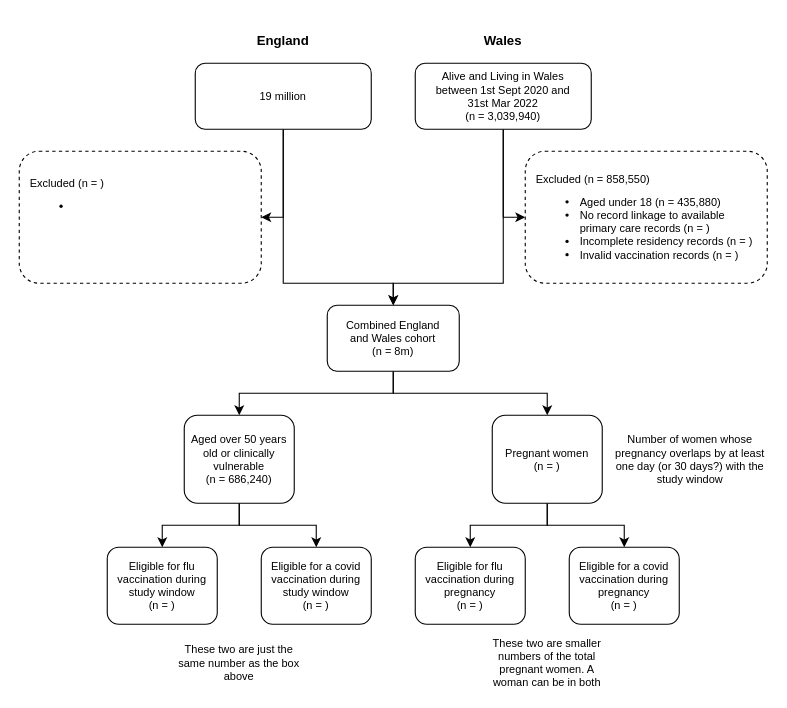
Earlier version of the draw.io diagram main/figure_cohort_inclusion_flowchart.drawio (stubedston/dacvap-c19-flu-vaccine-disparity). Source tidied: cells renumbered, new cells numbered last; positions are measured from the earlier drawing's top-left corner, leaving out a move shared by most shapes. Both pictures are drawn from the tidied source at 110%, with x=0, y=0 at pixel (19, 19).
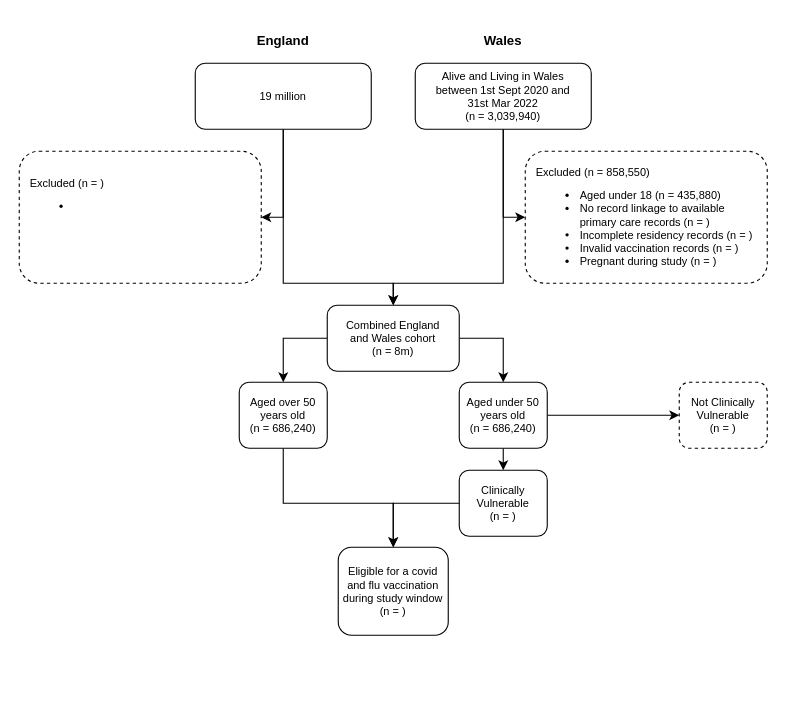
The same diagram, later.

The change refers to these unchanged cells:
```xml
<mxCell id="8" value="&lt;font style=&quot;font-size: 10px&quot;&gt;&lt;font style=&quot;font-size: 10px&quot;&gt;Combined England&lt;br&gt;and Wales cohort&lt;br style=&quot;font-size: 10px&quot;&gt;&lt;font style=&quot;font-size: 10px&quot;&gt;&lt;span style=&quot;font-size: 10px&quot;&gt;(n = 8m)&lt;/span&gt;&lt;/font&gt;&lt;/font&gt;&lt;br style=&quot;font-size: 10px&quot;&gt;&lt;/font&gt;" style="rounded=1;whiteSpace=wrap;html=1;fontSize=10;glass=0;strokeWidth=1;shadow=0;" parent="1" vertex="1">
  <mxGeometry x="280" y="260" width="120" height="60" as="geometry" />
</mxCell>
```

The edit, as a diff of the source:
```diff
@@
-    <mxCell id="5" value="&lt;p style=&quot;line-height: 100%&quot;&gt;&lt;span style=&quot;font-size: 10px&quot;&gt;Excluded (&lt;span style=&quot;font-size: 10px&quot;&gt;&lt;font style=&quot;font-size: 10px&quot;&gt;&lt;span style=&quot;font-size: 10px&quot;&gt;n = 858,550)&lt;/span&gt;&lt;/font&gt;&lt;/span&gt;&lt;/span&gt;&lt;br style=&quot;font-size: 10px&quot;&gt;&lt;/p&gt;&lt;ul style=&quot;font-size: 10px&quot;&gt;&lt;li style=&quot;font-size: 10px&quot;&gt;&lt;font style=&quot;font-size: 10px&quot;&gt;&lt;span style=&quot;font-size: 10px&quot;&gt;Aged under 18 (n = 435,880)&lt;/span&gt;&lt;/font&gt;&lt;/li&gt;&lt;li style=&quot;font-size: 10px&quot;&gt;&lt;font style=&quot;font-size: 10px&quot;&gt;&lt;span style=&quot;font-size: 10px&quot;&gt;No record linkage to available primary care records (n = )&lt;/span&gt;&lt;/font&gt;&lt;/li&gt;&lt;li style=&quot;font-size: 10px&quot;&gt;Incomplete residency records (n = )&lt;/li&gt;&lt;li style=&quot;font-size: 10px&quot;&gt;&lt;font style=&quot;font-size: 10px&quot;&gt;&lt;span style=&quot;font-size: 10px ; line-height: 100%&quot;&gt;Invalid vaccination records (n = )&lt;/span&gt;&lt;/font&gt;&lt;/li&gt;&lt;/ul&gt;&lt;p&gt;&lt;/p&gt;" style="rounded=1;whiteSpace=wrap;html=1;fontSize=10;glass=0;strokeWidth=1;shadow=0;align=left;fontStyle=0;spacing=10;verticalAlign=middle;dashed=1;" parent="1" vertex="1">
+    <mxCell id="5" value="&lt;p style=&quot;line-height: 100%&quot;&gt;&lt;span style=&quot;font-size: 10px&quot;&gt;Excluded (&lt;span style=&quot;font-size: 10px&quot;&gt;&lt;font style=&quot;font-size: 10px&quot;&gt;&lt;span style=&quot;font-size: 10px&quot;&gt;n = 858,550)&lt;/span&gt;&lt;/font&gt;&lt;/span&gt;&lt;/span&gt;&lt;br style=&quot;font-size: 10px&quot;&gt;&lt;/p&gt;&lt;ul style=&quot;font-size: 10px&quot;&gt;&lt;li style=&quot;font-size: 10px&quot;&gt;&lt;font style=&quot;font-size: 10px&quot;&gt;&lt;span style=&quot;font-size: 10px&quot;&gt;Aged under 18 (n = 435,880)&lt;/span&gt;&lt;/font&gt;&lt;/li&gt;&lt;li style=&quot;font-size: 10px&quot;&gt;&lt;font style=&quot;font-size: 10px&quot;&gt;&lt;span style=&quot;font-size: 10px&quot;&gt;No record linkage to available primary care records (n = )&lt;/span&gt;&lt;/font&gt;&lt;/li&gt;&lt;li style=&quot;font-size: 10px&quot;&gt;Incomplete residency records (n = )&lt;/li&gt;&lt;li style=&quot;font-size: 10px&quot;&gt;&lt;font style=&quot;font-size: 10px&quot;&gt;&lt;span style=&quot;font-size: 10px ; line-height: 100%&quot;&gt;Invalid vaccination records (n = )&lt;/span&gt;&lt;/font&gt;&lt;/li&gt;&lt;li style=&quot;font-size: 10px&quot;&gt;Pregnant during study (n = )&lt;/li&gt;&lt;/ul&gt;&lt;p&gt;&lt;/p&gt;" style="rounded=1;whiteSpace=wrap;html=1;fontSize=10;glass=0;strokeWidth=1;shadow=0;align=left;fontStyle=0;spacing=10;verticalAlign=middle;dashed=1;" parent="1" vertex="1">
       <mxGeometry x="460" y="120" width="220" height="120" as="geometry" />
     </mxCell>
-    <mxCell id="6" style="edgeStyle=orthogonalEdgeStyle;rounded=0;jettySize=auto;html=1;entryX=0.5;entryY=0;entryDx=0;entryDy=0;fontSize=10;" parent="1" edge="1" source="8" target="17">
-      <mxGeometry relative="1" as="geometry">
-        <Array as="points">
-          <mxPoint x="340" y="340" />
-          <mxPoint x="200" y="340" />
-        </Array>
-      </mxGeometry>
+    <mxCell id="6" style="edgeStyle=orthogonalEdgeStyle;rounded=0;jettySize=auto;html=1;exitX=0;exitY=0.5;exitDx=0;exitDy=0;entryX=0.5;entryY=0;entryDx=0;entryDy=0;" parent="1" edge="1" source="8" target="17">
+      <mxGeometry relative="1" as="geometry" />
     </mxCell>
-    <mxCell id="7" style="edgeStyle=orthogonalEdgeStyle;rounded=0;jettySize=auto;html=1;entryX=0.5;entryY=0;entryDx=0;entryDy=0;fontSize=10;" parent="1" edge="1" source="8" target="20">
-      <mxGeometry relative="1" as="geometry">
-        <Array as="points">
-          <mxPoint x="340" y="340" />
-          <mxPoint x="480" y="340" />
-        </Array>
-      </mxGeometry>
-    </mxCell>
+    <mxCell id="28" style="edgeStyle=orthogonalEdgeStyle;rounded=0;jettySize=auto;html=1;exitX=1;exitY=0.5;exitDx=0;exitDy=0;entryX=0.5;entryY=0;entryDx=0;entryDy=0;" parent="1" edge="1" source="8" target="31">
+      <mxGeometry relative="1" as="geometry">
+        <Array as="points">
+          <mxPoint x="440" y="290" />
+          <mxPoint x="440" y="320" />
+        </Array>
+      </mxGeometry>
+    </mxCell>
@@
-    <mxCell id="15" style="edgeStyle=orthogonalEdgeStyle;rounded=0;jettySize=auto;html=1;entryX=0.5;entryY=0;entryDx=0;entryDy=0;fontSize=10;" parent="1" edge="1" source="17" target="23">
-      <mxGeometry relative="1" as="geometry" />
-    </mxCell>
-    <mxCell id="16" style="edgeStyle=orthogonalEdgeStyle;rounded=0;jettySize=auto;html=1;entryX=0.5;entryY=0;entryDx=0;entryDy=0;fontSize=10;" parent="1" edge="1" source="17" target="24">
-      <mxGeometry relative="1" as="geometry" />
+    <mxCell id="16" style="edgeStyle=orthogonalEdgeStyle;rounded=0;jettySize=auto;html=1;exitX=0.5;exitY=1;exitDx=0;exitDy=0;entryX=0.5;entryY=0;entryDx=0;entryDy=0;" parent="1" edge="1" source="17" target="24">
+      <mxGeometry relative="1" as="geometry">
+        <Array as="points">
+          <mxPoint x="240" y="440" />
+          <mxPoint x="340" y="440" />
+        </Array>
+      </mxGeometry>
     </mxCell>
-    <mxCell id="17" value="Aged over 50 years&lt;br&gt;old or clinically vulnerable&lt;br style=&quot;font-size: 10px&quot;&gt;&lt;span style=&quot;font-size: 10px&quot;&gt;(n = 686,240)&lt;/span&gt;" style="rounded=1;whiteSpace=wrap;html=1;fontStyle=0;fontSize=10;" parent="1" vertex="1">
-      <mxGeometry x="150" y="360" width="100" height="80" as="geometry" />
+    <mxCell id="17" value="Aged over 50 years old&lt;br&gt;&lt;span style=&quot;font-size: 10px&quot;&gt;(n = 686,240)&lt;/span&gt;" style="rounded=1;whiteSpace=wrap;html=1;fontStyle=0;fontSize=10;" parent="1" vertex="1">
+      <mxGeometry x="200" y="330" width="80" height="60" as="geometry" />
     </mxCell>
-    <mxCell id="18" style="edgeStyle=orthogonalEdgeStyle;rounded=0;jettySize=auto;html=1;fontSize=10;" parent="1" edge="1" source="20" target="21">
-      <mxGeometry relative="1" as="geometry" />
-    </mxCell>
-    <mxCell id="19" style="edgeStyle=orthogonalEdgeStyle;rounded=0;jettySize=auto;html=1;fontSize=10;" parent="1" edge="1" source="20" target="22">
-      <mxGeometry relative="1" as="geometry" />
-    </mxCell>
-    <mxCell id="20" value="Pregnant women&lt;br style=&quot;font-size: 10px&quot;&gt;&lt;span style=&quot;font-size: 10px&quot;&gt;(n = )&lt;/span&gt;" style="rounded=1;whiteSpace=wrap;html=1;fontSize=10;fontStyle=0;" parent="1" vertex="1">
-      <mxGeometry x="430" y="360" width="100" height="80" as="geometry" />
-    </mxCell>
-    <mxCell id="21" value="Eligible for flu vaccination during pregnancy&lt;br style=&quot;font-size: 10px;&quot;&gt;(n = )" style="rounded=1;whiteSpace=wrap;html=1;fontSize=10;" parent="1" vertex="1">
-      <mxGeometry x="360" y="480" width="100" height="70" as="geometry" />
-    </mxCell>
-    <mxCell id="22" value="Eligible for a covid vaccination during pregnancy&lt;br style=&quot;font-size: 10px;&quot;&gt;(n = )" style="rounded=1;whiteSpace=wrap;html=1;fontSize=10;" parent="1" vertex="1">
-      <mxGeometry x="500" y="480" width="100" height="70" as="geometry" />
-    </mxCell>
-    <mxCell id="23" value="Eligible for flu vaccination during study window&lt;br style=&quot;font-size: 10px&quot;&gt;(n = )" style="rounded=1;whiteSpace=wrap;html=1;fontSize=10;" parent="1" vertex="1">
-      <mxGeometry x="80" y="480" width="100" height="70" as="geometry" />
-    </mxCell>
-    <mxCell id="24" value="Eligible for a covid vaccination during study window&lt;br style=&quot;font-size: 10px&quot;&gt;(n = )" style="rounded=1;whiteSpace=wrap;html=1;fontSize=10;" parent="1" vertex="1">
-      <mxGeometry x="220" y="480" width="100" height="70" as="geometry" />
+    <mxCell id="24" value="Eligible for a covid and flu vaccination during study window&lt;br style=&quot;font-size: 10px&quot;&gt;(n = )" style="rounded=1;whiteSpace=wrap;html=1;fontSize=10;" parent="1" vertex="1">
+      <mxGeometry x="290" y="480" width="100" height="80" as="geometry" />
     </mxCell>
-    <mxCell id="25" value="Number of women whose pregnancy overlaps by at least one day (or 30 days?) with the study window" style="text;html=1;strokeColor=none;fillColor=none;align=center;verticalAlign=middle;whiteSpace=wrap;rounded=0;fontSize=10;" parent="1" vertex="1">
-      <mxGeometry x="540" y="375" width="140" height="50" as="geometry" />
-    </mxCell>
-    <mxCell id="26" value="These two are just the same number as the box above" style="text;html=1;strokeColor=none;fillColor=none;align=center;verticalAlign=middle;whiteSpace=wrap;rounded=0;fontSize=10;" parent="1" vertex="1">
-      <mxGeometry x="140" y="560" width="120" height="50" as="geometry" />
-    </mxCell>
-    <mxCell id="27" value="These two are smaller numbers of the total pregnant women. A woman can be in both" style="text;html=1;strokeColor=none;fillColor=none;align=center;verticalAlign=middle;whiteSpace=wrap;rounded=0;fontSize=10;" parent="1" vertex="1">
-      <mxGeometry x="420" y="560" width="120" height="50" as="geometry" />
-    </mxCell>
+    <mxCell id="29" style="edgeStyle=orthogonalEdgeStyle;rounded=0;jettySize=auto;html=1;exitX=1;exitY=0.5;exitDx=0;exitDy=0;entryX=0;entryY=0.5;entryDx=0;entryDy=0;" parent="1" edge="1" source="31" target="34">
+      <mxGeometry relative="1" as="geometry" />
+    </mxCell>
+    <mxCell id="30" style="edgeStyle=orthogonalEdgeStyle;rounded=0;jettySize=auto;html=1;exitX=0.5;exitY=1;exitDx=0;exitDy=0;entryX=0.5;entryY=0;entryDx=0;entryDy=0;" parent="1" edge="1" source="31" target="33">
+      <mxGeometry relative="1" as="geometry" />
+    </mxCell>
+    <mxCell id="31" value="Aged under 50 years old&lt;br style=&quot;font-size: 10px&quot;&gt;&lt;span style=&quot;font-size: 10px&quot;&gt;(n = 686,240)&lt;/span&gt;" style="rounded=1;whiteSpace=wrap;html=1;fontStyle=0;fontSize=10;" parent="1" vertex="1">
+      <mxGeometry x="400" y="330" width="80" height="60" as="geometry" />
+    </mxCell>
+    <mxCell id="32" style="edgeStyle=orthogonalEdgeStyle;rounded=0;jettySize=auto;html=1;exitX=0;exitY=0.5;exitDx=0;exitDy=0;entryX=0.5;entryY=0;entryDx=0;entryDy=0;" parent="1" edge="1" source="33" target="24">
+      <mxGeometry relative="1" as="geometry">
+        <Array as="points">
+          <mxPoint x="420" y="440" />
+          <mxPoint x="340" y="440" />
+        </Array>
+      </mxGeometry>
+    </mxCell>
+    <mxCell id="33" value="Clinically Vulnerable&lt;br&gt;(n = )" style="rounded=1;whiteSpace=wrap;html=1;fontStyle=0;fontSize=10;" parent="1" vertex="1">
+      <mxGeometry x="400" y="410" width="80" height="60" as="geometry" />
+    </mxCell>
+    <mxCell id="34" value="Not Clinically Vulnerable&lt;br&gt;(n = )" style="rounded=1;whiteSpace=wrap;html=1;fontStyle=0;fontSize=10;dashed=1;" parent="1" vertex="1">
+      <mxGeometry x="600" y="330" width="80" height="60" as="geometry" />
+    </mxCell>
```
